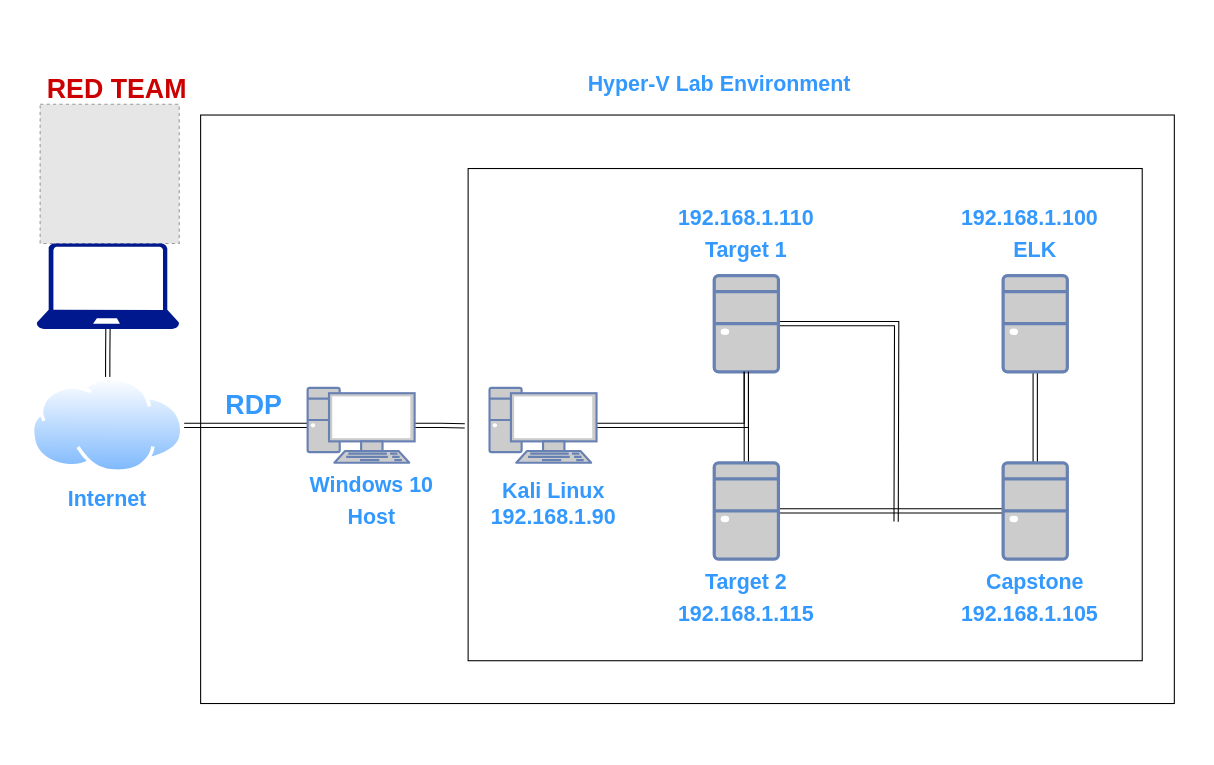
alfonsogomez28/RedTeam-BlueTeam keeps this draw.io diagram as images/network.drawio. Above is the earlier version. Source tidied: cells renumbered, new cells numbered last; positions are measured from the earlier drawing's top-left corner, leaving out a move shared by most shapes. Both pictures are drawn from the tidied source at 107%, with x=0, y=0 at pixel (22, 40). Pictures stored in the file or linked from it are replaced by grey dashed boxes.
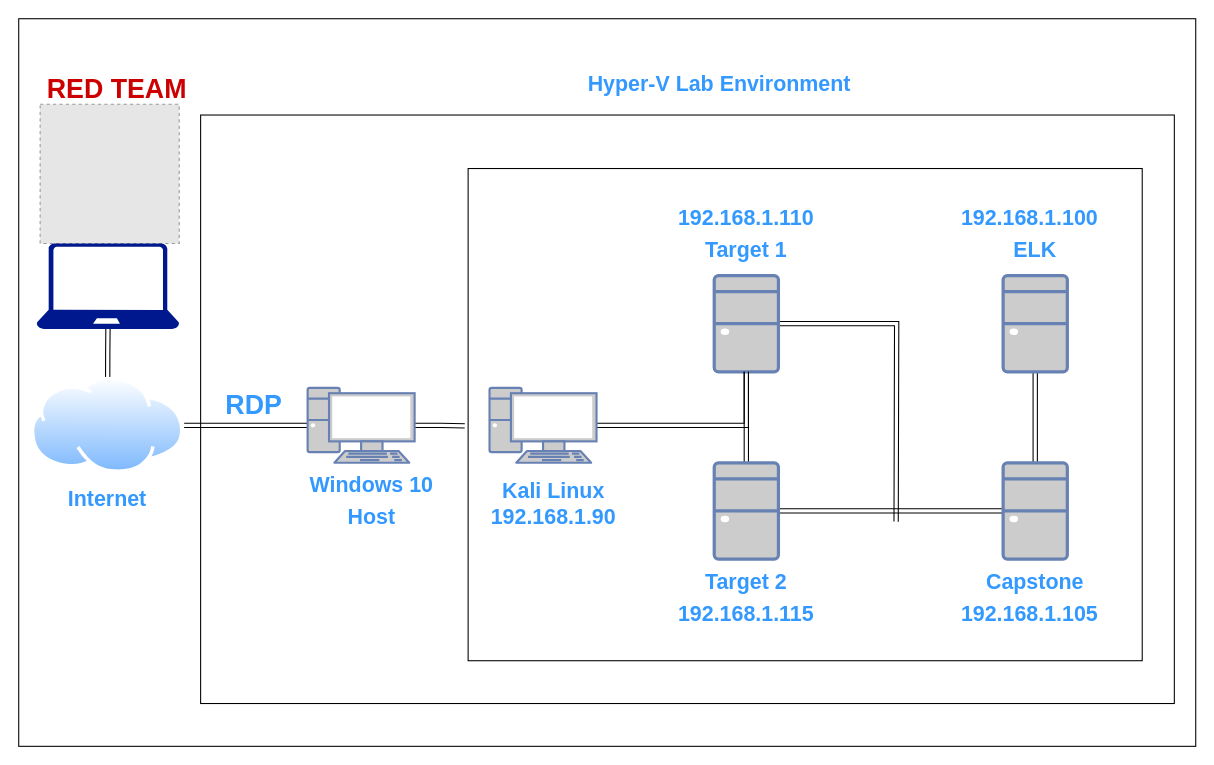
The same diagram, later.

Diff of the diagram source:
```diff
@@
+    <mxCell id="37" style="rounded=0;whiteSpace=wrap;html=1;" parent="1" vertex="1">
+      <mxGeometry x="-4" y="-20" width="1100" height="680" as="geometry" />
+    </mxCell>
```
